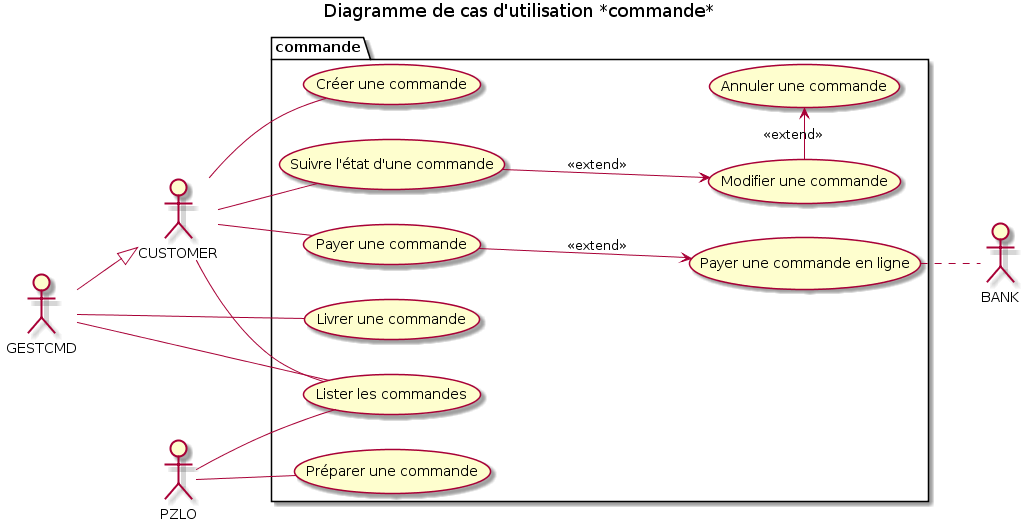
Zepmanbc/oc_dapython_pr4 keeps this PlantUML diagram as doc/img/03_commande.png. Above is the earlier version.
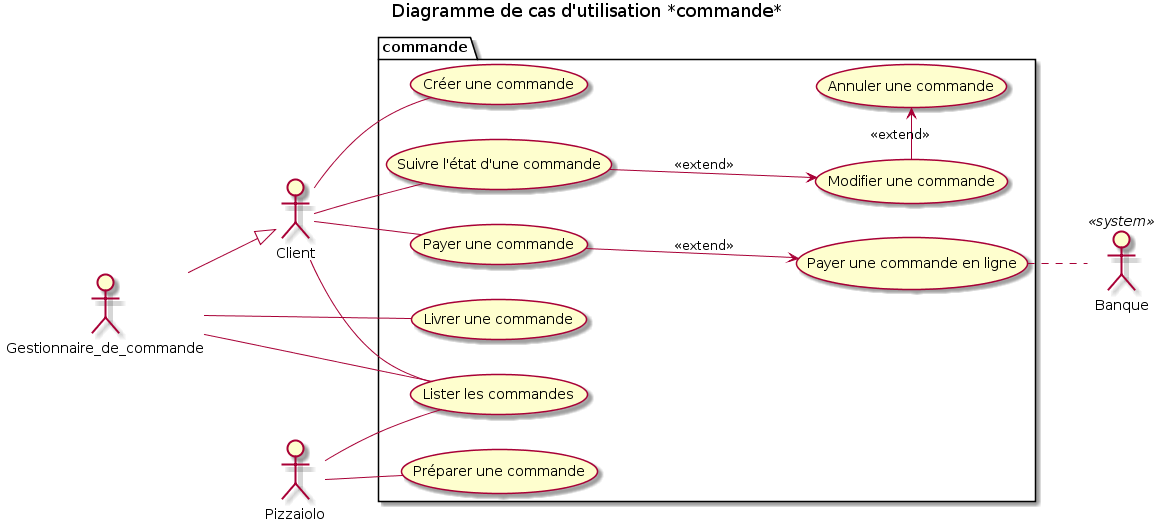
Above is the later version.

Change to the diagram source:
```diff
@@ -1,6 +1,10 @@
 @startuml 03_commande
 title Diagramme de cas d'utilisation *commande*
 
+actor Gestionnaire_de_commande as GESTCMD
+actor Client as CUSTOMER
+actor Pizzaiolo as PZLO
+actor Banque <<system>> as BANK
 
 package commande{
     left to right direction
```
